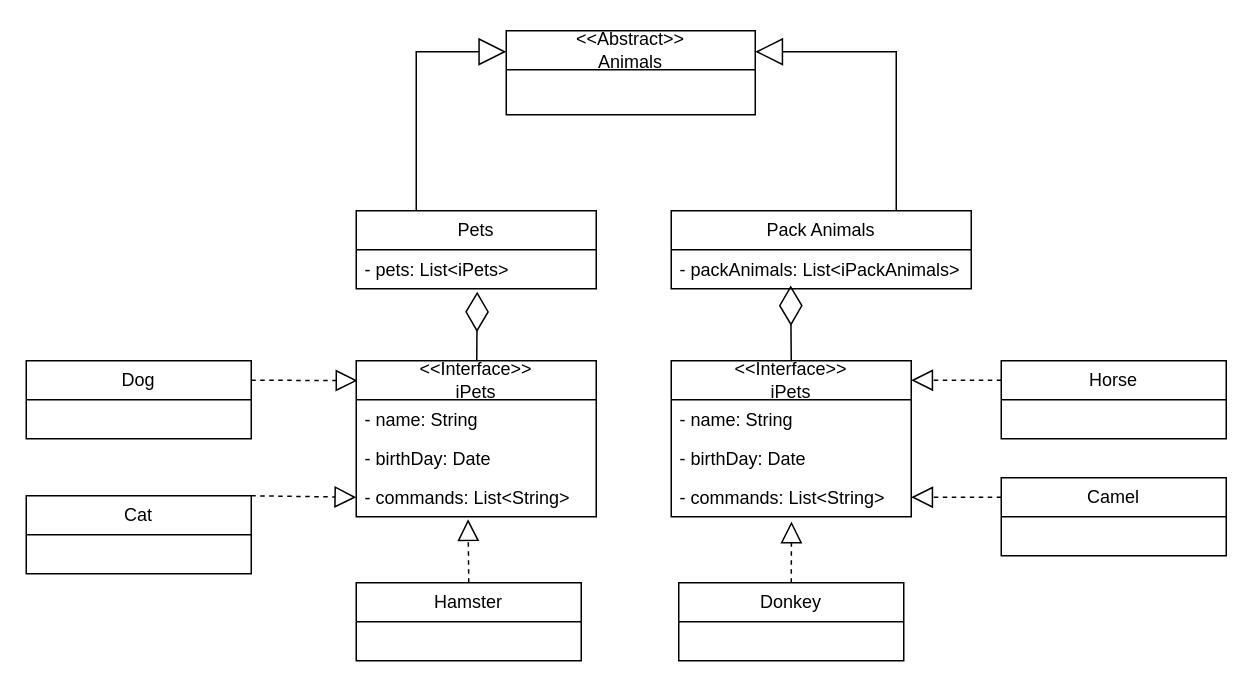
UltraYevgeny/AnimalNursery keeps this draw.io diagram as UML Class Diagram/Animals.drawio. Above is the earlier version. Source tidied: cells renumbered, new cells numbered last; positions are measured from the earlier drawing's top-left corner, leaving out a move shared by most shapes. Both pictures are drawn from the tidied source at 150%, with x=0, y=0 at pixel (26, 30).
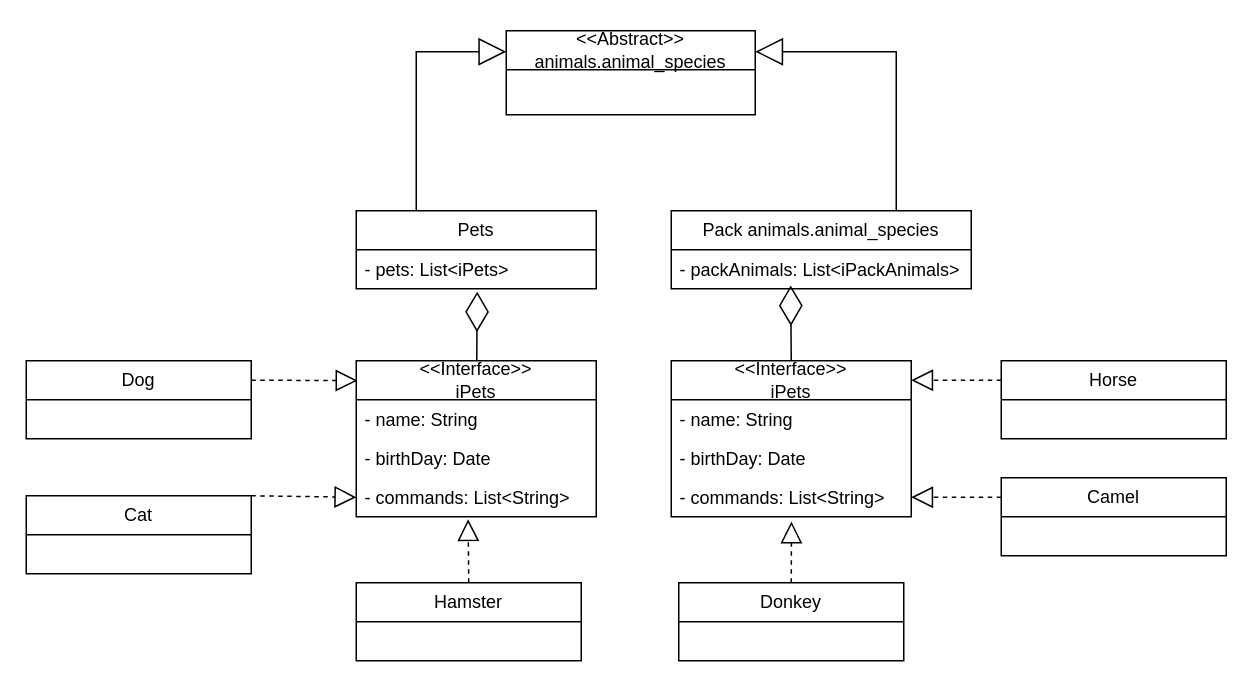
Above is the later version.

Diff of the diagram source:
```diff
@@
-    <mxCell id="2" value="&lt;div&gt;&amp;lt;&amp;lt;Abstract&amp;gt;&amp;gt;&lt;/div&gt;Animals" style="swimlane;fontStyle=0;horizontal=1;startSize=26;fillColor=none;whiteSpace=wrap;html=1;" parent="1" vertex="1">
+    <mxCell id="2" value="&lt;div&gt;&amp;lt;&amp;lt;Abstract&amp;gt;&amp;gt;&lt;/div&gt;animals.animal_species" style="swimlane;fontStyle=0;horizontal=1;startSize=26;fillColor=none;whiteSpace=wrap;html=1;" parent="1" vertex="1">
       <mxGeometry x="320" width="166" height="56" as="geometry" />
     </mxCell>
@@
-    <mxCell id="5" value="Pack Animals" style="swimlane;fontStyle=0;horizontal=1;startSize=26;fillColor=none;whiteSpace=wrap;html=1;" parent="1" vertex="1">
+    <mxCell id="5" value="Pack animals.animal_species" style="swimlane;fontStyle=0;horizontal=1;startSize=26;fillColor=none;whiteSpace=wrap;html=1;" parent="1" vertex="1">
       <mxGeometry x="430" y="120" width="200" height="52" as="geometry" />
     </mxCell>
```
